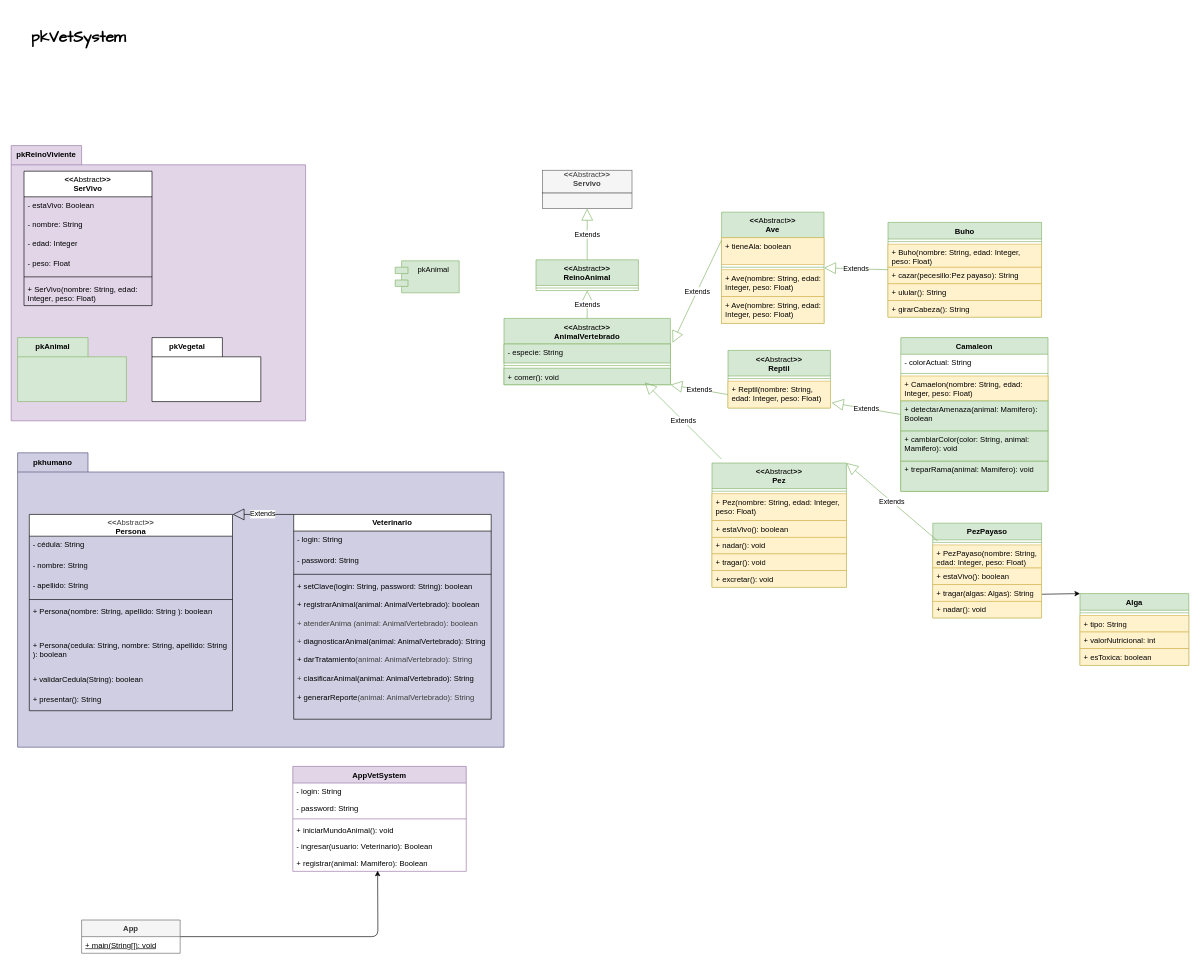
Before: g1_ReinoAnimal/design/01ClassDiagram.drawio in Ariana0-0/g1_ReinoAnimal, a draw.io diagram. Source tidied: cells renumbered, new cells numbered last; positions are measured from the earlier drawing's top-left corner, leaving out a move shared by most shapes. Both pictures are drawn from the tidied source at 64%, with x=0, y=0 at pixel (11, 11).
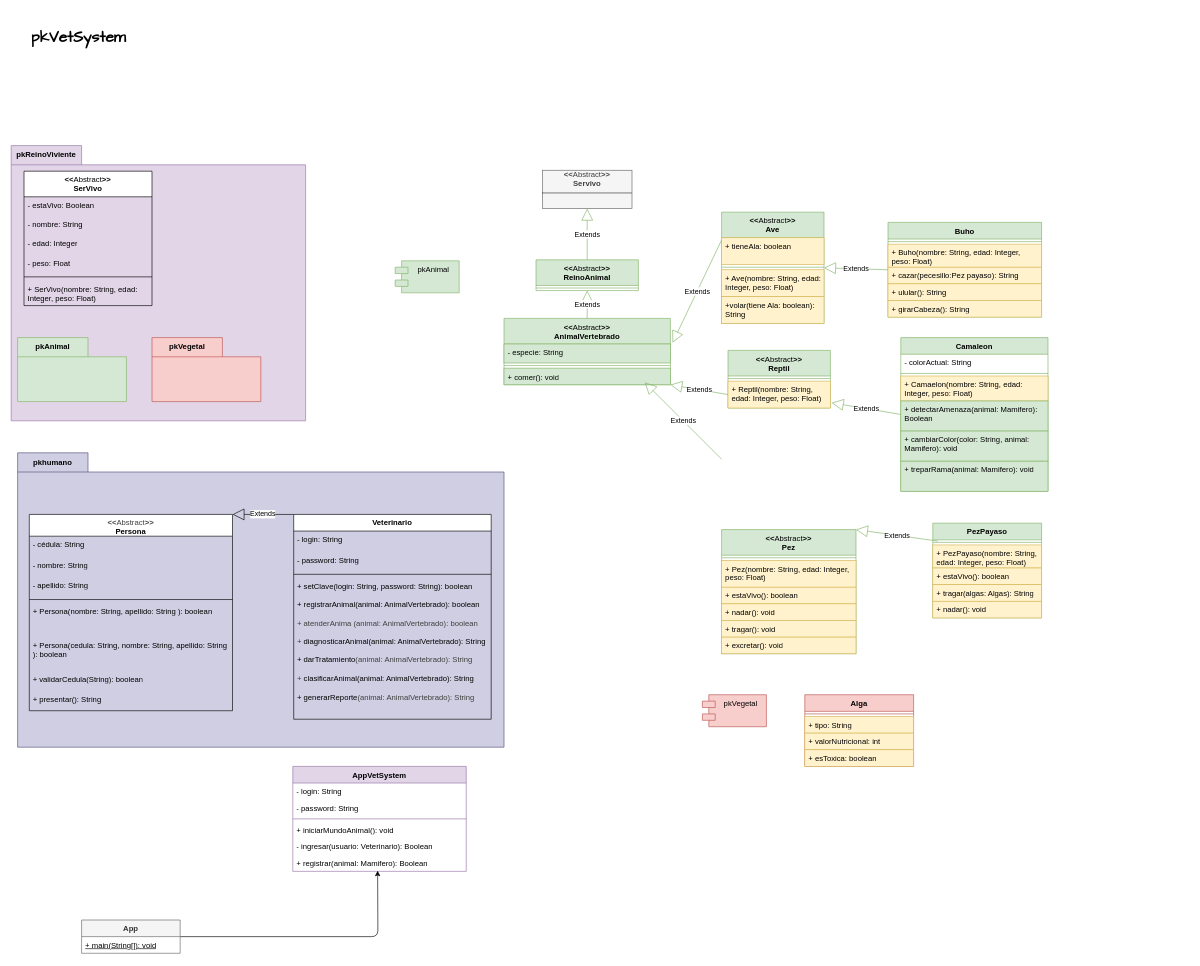
The same page after the edit.

Unchanged cells that the change refers to:
```xml
<mxCell id="2" value="pkReinoViviente" style="shape=folder;fontStyle=1;tabWidth=110;tabHeight=30;tabPosition=left;html=1;boundedLbl=1;labelInHeader=1;whiteSpace=wrap;fillColor=#e1d5e7;strokeColor=#9673a6;" parent="1" vertex="1">
  <mxGeometry y="210" width="460" height="430" as="geometry" />
</mxCell>
<mxCell id="42" value="&lt;div&gt;&amp;lt;&amp;lt;&lt;span style=&quot;font-weight: normal;&quot;&gt;Abstract&lt;/span&gt;&amp;gt;&amp;gt;&lt;/div&gt;&lt;div&gt;Ave&lt;/div&gt;" style="swimlane;fontStyle=1;align=center;verticalAlign=top;horizontal=1;startSize=40;whiteSpace=wrap;html=1;fillColor=#d5e8d4;strokeColor=#82b366;" parent="1" vertex="1">
  <mxGeometry x="1110" y="314" width="160" height="174" as="geometry" />
</mxCell>
<mxCell id="87" value="&lt;div&gt;PezPayaso&lt;/div&gt;" style="swimlane;fontStyle=1;align=center;verticalAlign=top;horizontal=1;startSize=26;whiteSpace=wrap;html=1;fillColor=#d5e8d4;strokeColor=#82b366;" parent="1" vertex="1">
  <mxGeometry x="1440" y="800" width="170" height="148" as="geometry" />
</mxCell>
```

Change to the diagram source:
```diff
@@
-    <mxCell id="13" value="pkVegetal" style="shape=folder;fontStyle=1;tabWidth=110;tabHeight=30;tabPosition=left;html=1;boundedLbl=1;labelInHeader=1;whiteSpace=wrap;" parent="2" vertex="1">
+    <mxCell id="13" value="pkVegetal" style="shape=folder;fontStyle=1;tabWidth=110;tabHeight=30;tabPosition=left;html=1;boundedLbl=1;labelInHeader=1;whiteSpace=wrap;fillColor=#f8cecc;strokeColor=#b85450;" parent="2" vertex="1">
       <mxGeometry x="220" y="300" width="170" height="100" as="geometry" />
     </mxCell>
@@
-    <mxCell id="46" value="+ Ave(&lt;span style=&quot;color: rgb(0, 0, 0);&quot;&gt;nombre: String, edad: Integer, peso: Float&lt;/span&gt;)" style="text;strokeColor=#d6b656;fillColor=#fff2cc;align=left;verticalAlign=top;spacingLeft=4;spacingRight=4;overflow=hidden;whiteSpace=wrap;html=1;" parent="42" vertex="1">
-      <mxGeometry y="132" width="160" height="42" as="geometry" />
-    </mxCell>
+    <mxCell id="100" value="+volar(tiene Ala: boolean): String" style="text;strokeColor=#d6b656;fillColor=#fff2cc;align=left;verticalAlign=top;spacingLeft=4;spacingRight=4;overflow=hidden;whiteSpace=wrap;html=1;" parent="42" vertex="1">
+      <mxGeometry y="132" width="160" height="42" as="geometry" />
+    </mxCell>
@@
     <mxCell id="79" value="&lt;div&gt;&amp;lt;&amp;lt;&lt;span style=&quot;font-weight: normal;&quot;&gt;Abstract&lt;/span&gt;&amp;gt;&amp;gt;&lt;/div&gt;&lt;div&gt;Pez&lt;/div&gt;" style="swimlane;fontStyle=1;align=center;verticalAlign=top;horizontal=1;startSize=40;whiteSpace=wrap;html=1;fillColor=#d5e8d4;strokeColor=#82b366;" parent="1" vertex="1">
-      <mxGeometry x="1095" y="706" width="210" height="194" as="geometry" />
+      <mxGeometry x="1110" y="810" width="210" height="194" as="geometry" />
     </mxCell>
@@
-    <mxCell id="86" style="edgeStyle=none;html=1;exitX=1;exitY=0.75;exitDx=0;exitDy=0;entryX=0;entryY=0;entryDx=0;entryDy=0;" parent="1" edge="1" source="87" target="93">
-      <mxGeometry relative="1" as="geometry" />
-    </mxCell>
@@
-    <mxCell id="93" value="&lt;div&gt;Alga&lt;/div&gt;" style="swimlane;fontStyle=1;align=center;verticalAlign=top;horizontal=1;startSize=26;whiteSpace=wrap;html=1;fillColor=#d5e8d4;strokeColor=#82b366;" parent="1" vertex="1">
-      <mxGeometry x="1670" y="910" width="170" height="112" as="geometry" />
+    <mxCell id="93" value="&lt;div&gt;Alga&lt;/div&gt;" style="swimlane;fontStyle=1;align=center;verticalAlign=top;horizontal=1;startSize=26;whiteSpace=wrap;html=1;fillColor=#f8cecc;strokeColor=#b85450;" parent="1" vertex="1">
+      <mxGeometry x="1240" y="1068" width="170" height="112" as="geometry" />
     </mxCell>
@@
+    <mxCell id="101" value="pkVegetal" style="shape=module;align=left;spacingLeft=20;align=center;verticalAlign=top;whiteSpace=wrap;html=1;fillColor=#f8cecc;strokeColor=#b85450;" parent="1" vertex="1">
+      <mxGeometry x="1080" y="1068" width="100" height="50" as="geometry" />
+    </mxCell>
```
